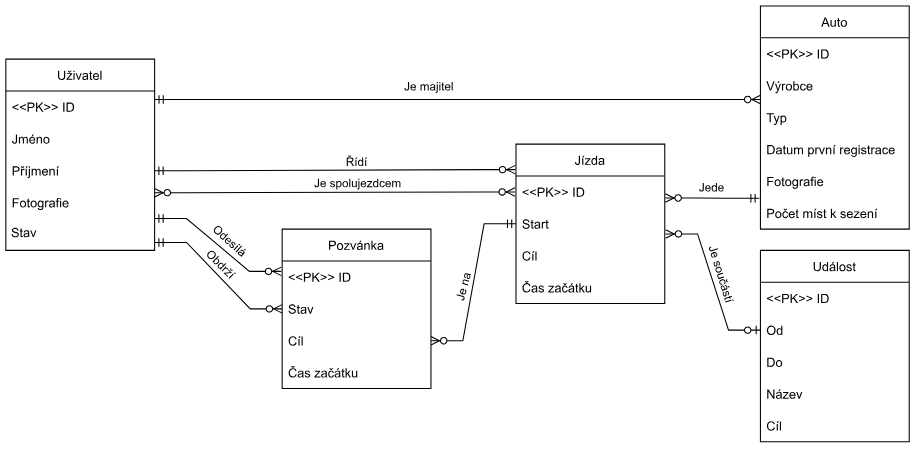
The draw.io diagram docs/ER diagram.svg in ptrckgaf/CoJourneyApp, before a commit. Source tidied: cells renumbered, new cells last; positions are measured from the earlier drawing's top-left corner, leaving out a move shared by most shapes.
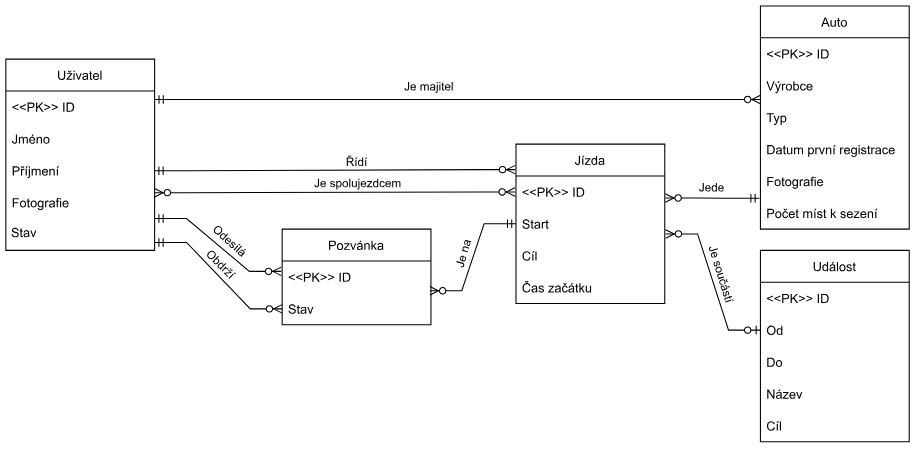
Above is the later version.

What changed in the source:
```diff
@@ -120,7 +120,7 @@
       </mxGeometry>
     </mxCell>
     <mxCell id="36" value="Pozvánka" style="swimlane;fontStyle=0;horizontal=1;startSize=30;" parent="1" vertex="1">
-      <mxGeometry x="260" y="210" width="140" height="150" as="geometry" />
+      <mxGeometry x="260" y="210" width="140" height="90" as="geometry" />
     </mxCell>
     <mxCell id="37" value="&lt;&lt;PK&gt;&gt; ID" style="text;strokeColor=none;fillColor=none;align=left;verticalAlign=middle;spacingLeft=4;spacingRight=4;overflow=hidden;points=[[0,0.5],[1,0.5]];portConstraint=eastwest;" parent="36" vertex="1">
       <mxGeometry y="30" width="140" height="30" as="geometry" />
@@ -128,18 +128,12 @@
     <mxCell id="38" value="Stav" style="text;strokeColor=none;fillColor=none;align=left;verticalAlign=middle;spacingLeft=4;spacingRight=4;overflow=hidden;points=[[0,0.5],[1,0.5]];portConstraint=eastwest;" parent="36" vertex="1">
       <mxGeometry y="60" width="140" height="30" as="geometry" />
     </mxCell>
-    <mxCell id="39" value="Cíl" style="text;strokeColor=none;fillColor=none;align=left;verticalAlign=middle;spacingLeft=4;spacingRight=4;overflow=hidden;points=[[0,0.5],[1,0.5]];portConstraint=eastwest;" parent="36" vertex="1">
-      <mxGeometry y="90" width="140" height="30" as="geometry" />
-    </mxCell>
-    <mxCell id="40" value="Čas začátku" style="text;strokeColor=none;fillColor=none;align=left;verticalAlign=middle;spacingLeft=4;spacingRight=4;overflow=hidden;" parent="36" vertex="1">
-      <mxGeometry y="120" width="140" height="30" as="geometry" />
-    </mxCell>
-    <mxCell id="41" style="edgeStyle=entityRelationEdgeStyle;fontSize=12;html=1;endArrow=ERzeroToMany;startArrow=ERmandOne;rounded=0;exitX=0;exitY=0.5;exitDx=0;exitDy=0;" parent="1" edge="1" source="10" target="39">
+    <mxCell id="41" style="edgeStyle=entityRelationEdgeStyle;fontSize=12;html=1;endArrow=ERzeroToMany;startArrow=ERmandOne;rounded=0;exitX=0;exitY=0.5;exitDx=0;exitDy=0;entryX=0.993;entryY=-0.067;entryDx=0;entryDy=0;entryPerimeter=0;" parent="1" edge="1" source="10" target="38">
       <mxGeometry relative="1" as="geometry" />
     </mxCell>
-    <mxCell id="42" value="Je na" style="edgeLabel;html=1;align=center;verticalAlign=middle;rotation=-75;" parent="41" vertex="1">
+    <mxCell id="42" value="Je na" style="edgeLabel;html=1;align=center;verticalAlign=middle;rotation=286;" parent="41" vertex="1">
       <mxGeometry x="0.38" y="1" relative="1" as="geometry">
-        <mxPoint x="-5" y="-27" as="offset" />
+        <mxPoint x="-3" y="-25" as="offset" />
       </mxGeometry>
     </mxCell>
     <mxCell id="43" style="edgeStyle=entityRelationEdgeStyle;fontSize=12;html=1;endArrow=ERzeroToMany;startArrow=ERmandOne;rounded=0;entryX=-0.006;entryY=0.324;entryDx=0;entryDy=0;entryPerimeter=0;exitX=1;exitY=0;exitDx=0;exitDy=0;" parent="1" edge="1" source="7" target="37">
```
